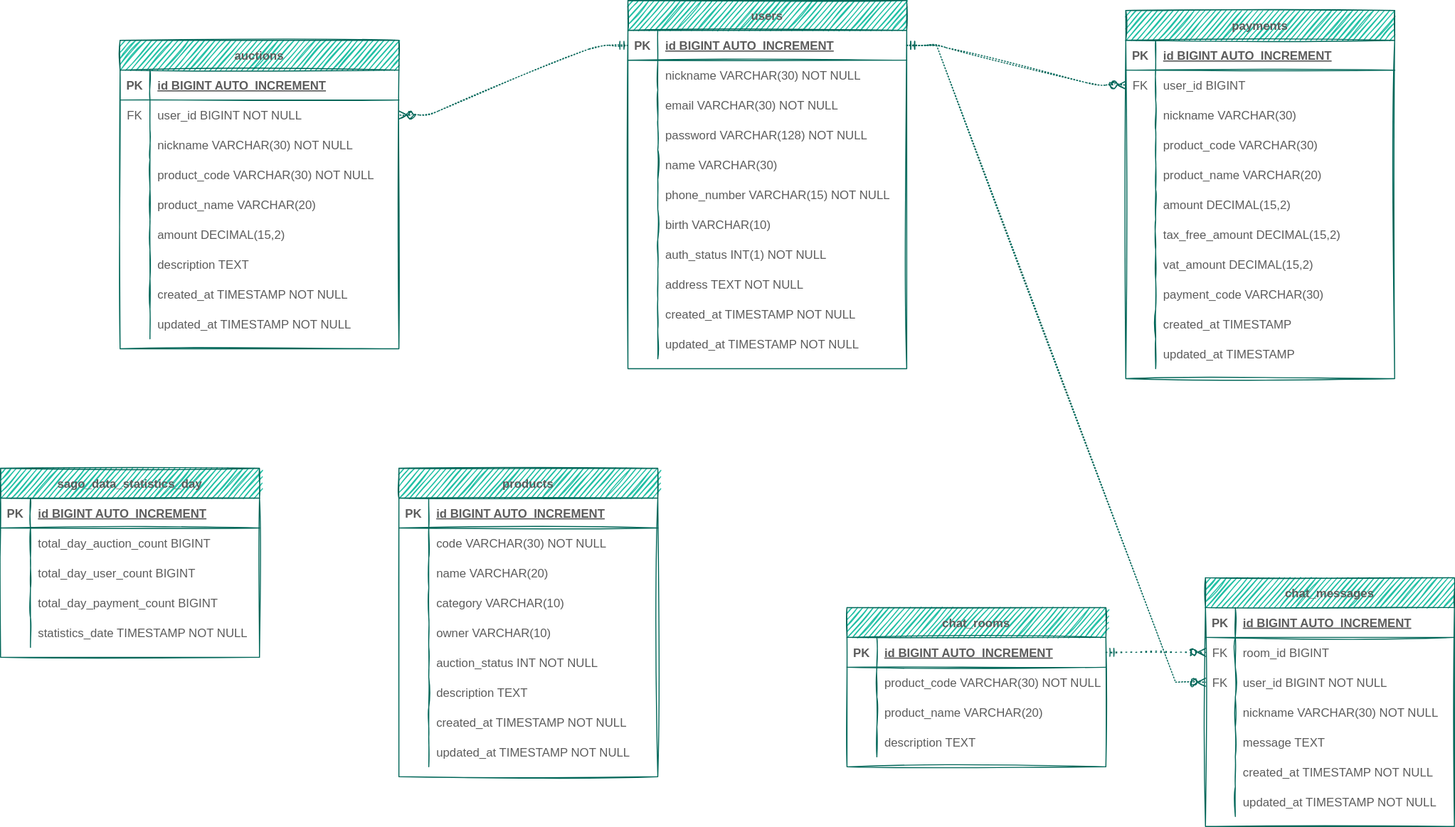
This is sago_database_schema.drawio.svg from AnneMayor/TestRepository, a draw.io export, as it was before one commit. Source tidied: cells renumbered, new cells last; positions are measured from the earlier drawing's top-left corner, leaving out a move shared by most shapes.
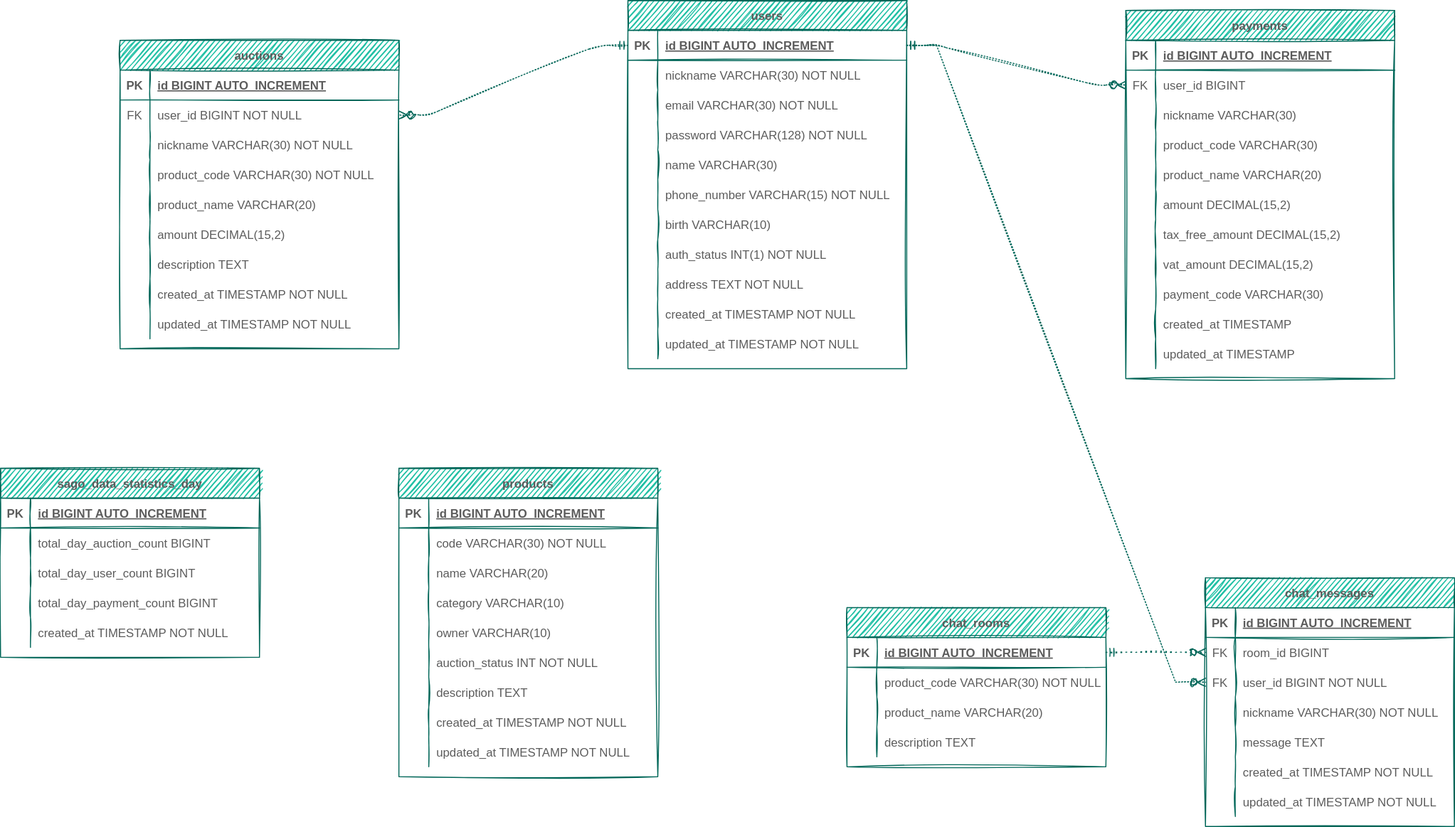
The same file after the commit.

Commit message:
sago_data_statistics_day 테이블 컬럼 이름 변경

Change to the diagram source:
```diff
@@ -494,7 +494,7 @@
     <mxCell id="165" style="shape=partialRectangle;fillColor=none;top=0;left=0;bottom=0;right=0;overflow=hidden;rounded=0;sketch=1;fontColor=#5C5C5C;strokeColor=#006658;" parent="164" vertex="1">
       <mxGeometry width="30" height="30" as="geometry" />
     </mxCell>
-    <mxCell id="166" value="statistics_date TIMESTAMP NOT NULL" style="shape=partialRectangle;fillColor=none;top=0;left=0;bottom=0;right=0;align=left;spacingLeft=6;overflow=hidden;rounded=0;sketch=1;fontColor=#5C5C5C;strokeColor=#006658;" parent="164" vertex="1">
+    <mxCell id="166" value="created_at TIMESTAMP NOT NULL" style="shape=partialRectangle;fillColor=none;top=0;left=0;bottom=0;right=0;align=left;spacingLeft=6;overflow=hidden;rounded=0;sketch=1;fontColor=#5C5C5C;strokeColor=#006658;" parent="164" vertex="1">
       <mxGeometry x="30" width="230" height="30" as="geometry" />
     </mxCell>
     <mxCell id="167" style="edgeStyle=entityRelationEdgeStyle;fontSize=12;html=1;endArrow=ERzeroToMany;startArrow=ERmandOne;rounded=0;entryX=0;entryY=0.5;entryDx=0;entryDy=0;exitX=1;exitY=0.5;exitDx=0;exitDy=0;dashed=1;dashPattern=1 2;sketch=1;strokeColor=#006658;fontColor=#5C5C5C;" parent="1" edge="1" source="65" target="133">
```
